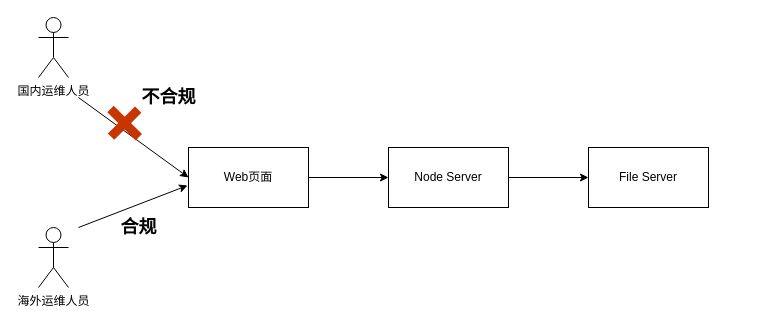
liliang1213/diagram keeps this draw.io diagram as Dolphin文件上传前端示意图.drawio. Above is the earlier version. Source tidied: cells renumbered, new cells numbered last; positions are measured from the earlier drawing's top-left corner, leaving out a move shared by most shapes. Both pictures are drawn from the tidied source at 100%, with x=0, y=0 at pixel (38, 17).
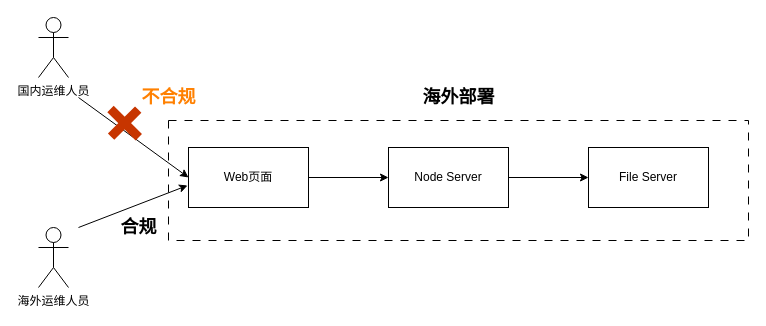
The same diagram, later.

Commit message (it also covers changes not shown here):
更新Dolphin文件上传前端示意图.drawio

The edit, as a diff of the source:
```diff
@@
 <mxGraphModel>
   <root>
     <mxCell id="0" />
     <mxCell id="1" parent="0" />
     <mxCell id="2" style="edgeStyle=orthogonalEdgeStyle;rounded=0;jettySize=auto;html=1;exitX=1;exitY=0.5;exitDx=0;exitDy=0;entryX=0;entryY=0.5;entryDx=0;entryDy=0;" parent="1" edge="1" source="3" target="4">
       <mxGeometry relative="1" as="geometry" />
     </mxCell>
     <mxCell id="3" value="Node Server" style="rounded=0;whiteSpace=wrap;html=1;" parent="1" vertex="1">
       <mxGeometry x="350" y="130" width="120" height="60" as="geometry" />
     </mxCell>
     <mxCell id="4" value="File Server" style="rounded=0;whiteSpace=wrap;html=1;" parent="1" vertex="1">
       <mxGeometry x="550" y="130" width="120" height="60" as="geometry" />
     </mxCell>
     <mxCell id="5" style="edgeStyle=orthogonalEdgeStyle;rounded=0;jettySize=auto;html=1;exitX=1;exitY=0.5;exitDx=0;exitDy=0;entryX=0;entryY=0.5;entryDx=0;entryDy=0;" parent="1" edge="1" source="6" target="3">
       <mxGeometry relative="1" as="geometry" />
     </mxCell>
     <mxCell id="6" value="Web页面" style="rounded=0;whiteSpace=wrap;html=1;" parent="1" vertex="1">
       <mxGeometry x="150" y="130" width="120" height="60" as="geometry" />
     </mxCell>
     <mxCell id="7" style="rounded=0;jettySize=auto;html=1;entryX=0;entryY=0.5;entryDx=0;entryDy=0;" parent="1" edge="1" target="6">
       <mxGeometry relative="1" as="geometry">
         <mxPoint x="40" y="80" as="sourcePoint" />
       </mxGeometry>
     </mxCell>
     <mxCell id="8" value="国内运维人员" style="shape=umlActor;verticalLabelPosition=bottom;verticalAlign=top;html=1;" parent="1" vertex="1">
       <mxGeometry width="30" height="60" as="geometry" />
     </mxCell>
     <mxCell id="9" style="endArrow=classic;html=1;rounded=0;entryX=-0.008;entryY=0.633;entryDx=0;entryDy=0;entryPerimeter=0;" parent="1" edge="1" target="6">
       <mxGeometry relative="1" as="geometry">
         <mxPoint x="40" y="210" as="sourcePoint" />
       </mxGeometry>
     </mxCell>
     <mxCell id="10" value="海外运维人员" style="shape=umlActor;verticalLabelPosition=bottom;verticalAlign=top;html=1;" parent="1" vertex="1">
       <mxGeometry y="210" width="30" height="60" as="geometry" />
     </mxCell>
     <mxCell id="11" style="shape=cross;whiteSpace=wrap;html=1;rotation=-45;size=0;strokeWidth=9;fillColor=#ff0000;fontColor=#000000;strokeColor=#C73500;" parent="1" vertex="1">
       <mxGeometry x="67" y="85.6" width="38.3" height="40" as="geometry" />
     </mxCell>
-    <mxCell id="12" value="不合规" style="text;strokeColor=none;fillColor=none;html=1;fontSize=18;fontStyle=1;verticalAlign=middle;align=center;" parent="1" vertex="1">
+    <mxCell id="12" value="不合规" style="text;strokeColor=none;fillColor=none;html=1;fontSize=18;fontStyle=1;verticalAlign=middle;align=center;fontColor=#FF8000;" parent="1" vertex="1">
       <mxGeometry x="80" y="60" width="100" height="40" as="geometry" />
     </mxCell>
     <mxCell id="13" value="合规" style="text;strokeColor=none;fillColor=none;html=1;fontSize=18;fontStyle=1;verticalAlign=middle;align=center;" parent="1" vertex="1">
       <mxGeometry x="50" y="190" width="100" height="40" as="geometry" />
     </mxCell>
+    <mxCell id="14" style="rounded=0;whiteSpace=wrap;html=1;fillColor=none;dashed=1;dashPattern=8 8;" parent="1" vertex="1">
+      <mxGeometry x="130" y="103" width="580" height="120" as="geometry" />
+    </mxCell>
+    <mxCell id="15" value="海外部署" style="text;strokeColor=none;fillColor=none;html=1;fontSize=18;fontStyle=1;verticalAlign=middle;align=center;fontColor=#000000;" parent="1" vertex="1">
+      <mxGeometry x="370" y="60" width="100" height="40" as="geometry" />
+    </mxCell>
   </root>
 </mxGraphModel>
```
